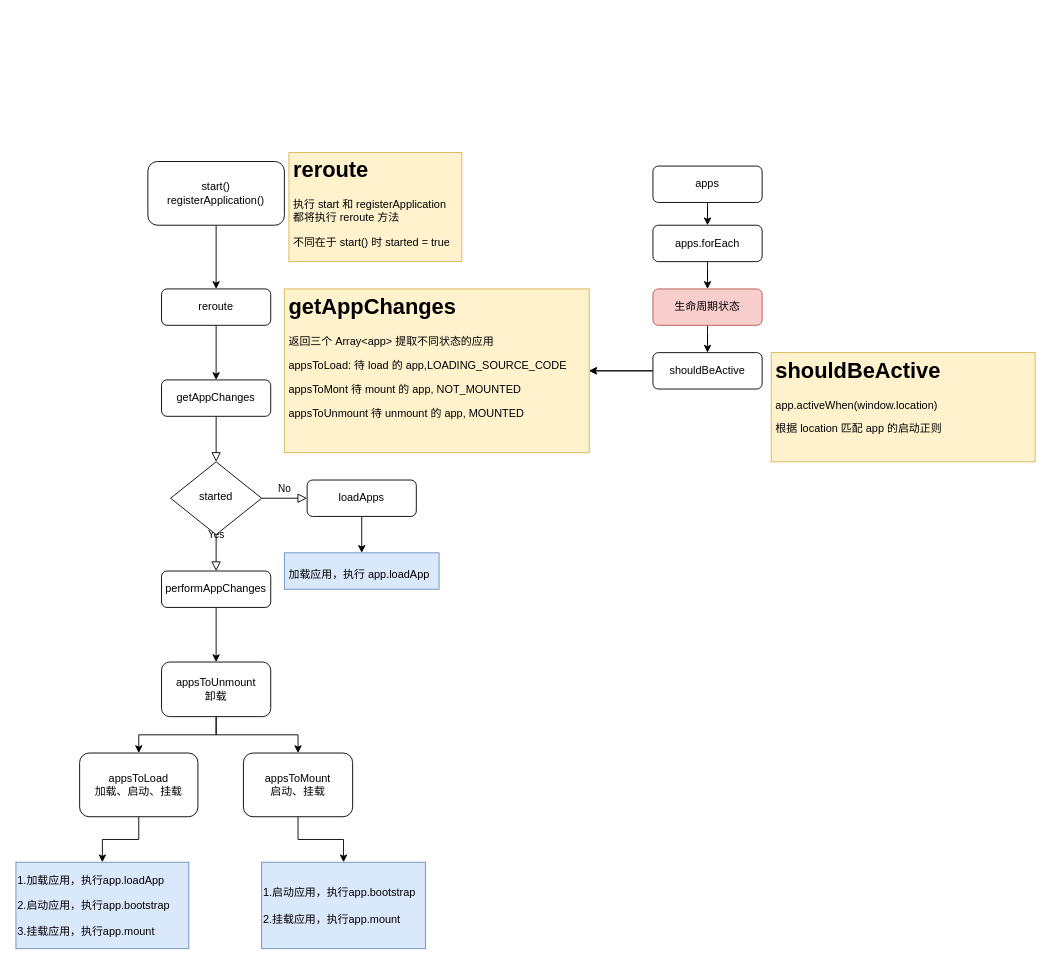
Before: rerouter.drawio in sfyr111/draw, a draw.io diagram. Source tidied: cells renumbered, new cells numbered last; positions are measured from the earlier drawing's top-left corner, leaving out a move shared by most shapes. Both pictures are drawn from the tidied source at 91%, with x=0, y=0 at pixel (15, 152).
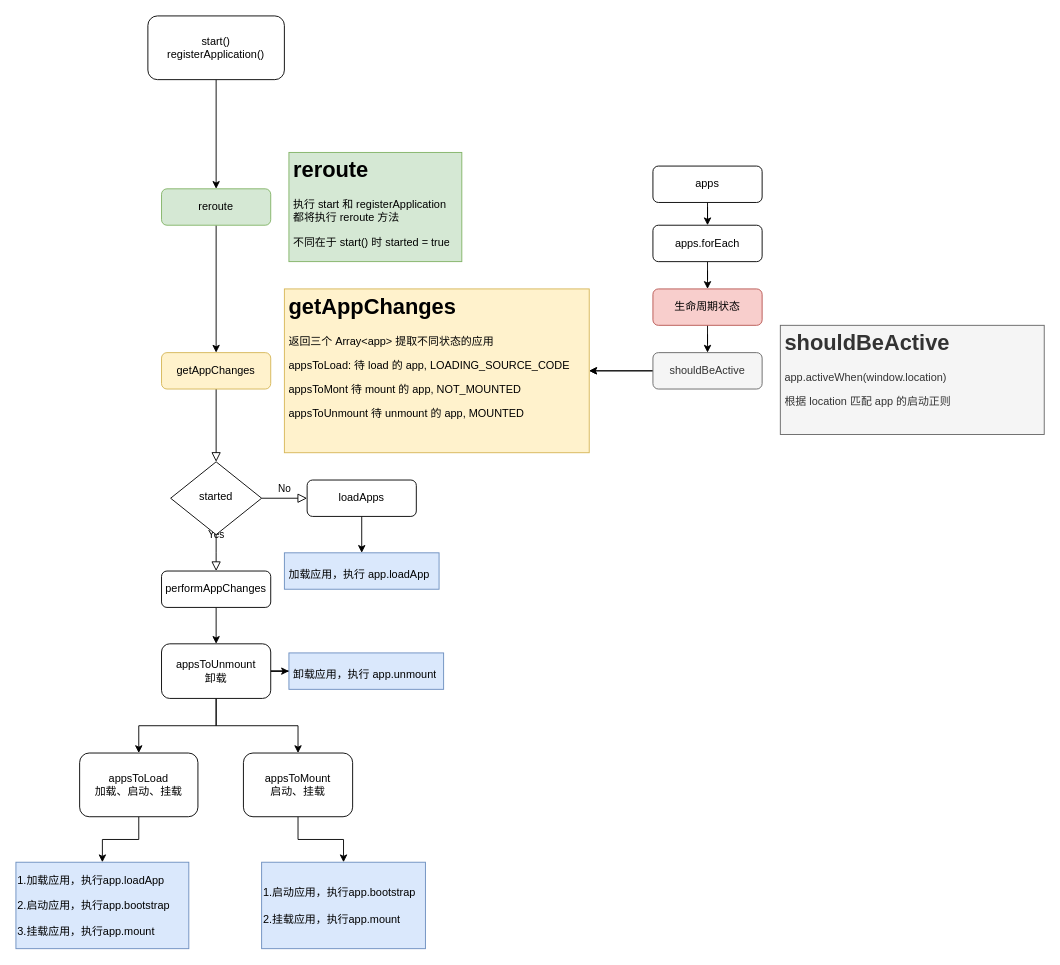
The same diagram, later.

Diff of the diagram source:
```diff
@@
-    <mxCell id="3" value="getAppChanges" style="rounded=1;whiteSpace=wrap;html=1;fontSize=12;glass=0;strokeWidth=1;shadow=0;" parent="1" vertex="1">
-      <mxGeometry x="160" y="250" width="120" height="40" as="geometry" />
+    <mxCell id="3" value="getAppChanges" style="rounded=1;whiteSpace=wrap;html=1;fontSize=12;glass=0;strokeWidth=1;shadow=0;fillColor=#fff2cc;strokeColor=#d6b656;" parent="1" vertex="1">
+      <mxGeometry x="160" y="220" width="120" height="40" as="geometry" />
     </mxCell>
@@
-    <mxCell id="12" value="reroute" style="rounded=1;whiteSpace=wrap;html=1;fontSize=12;glass=0;strokeWidth=1;shadow=0;" parent="1" vertex="1">
-      <mxGeometry x="160" y="150" width="120" height="40" as="geometry" />
+    <mxCell id="12" value="reroute" style="rounded=1;whiteSpace=wrap;html=1;fontSize=12;glass=0;strokeWidth=1;shadow=0;fillColor=#d5e8d4;strokeColor=#82b366;" parent="1" vertex="1">
+      <mxGeometry x="160" y="40" width="120" height="40" as="geometry" />
     </mxCell>
@@
     <mxCell id="14" value="start()&lt;br&gt;registerApplication()" style="rounded=1;whiteSpace=wrap;html=1;fontSize=12;glass=0;strokeWidth=1;shadow=0;" parent="1" vertex="1">
-      <mxGeometry x="145" y="10" width="150" height="70" as="geometry" />
+      <mxGeometry x="145" y="-150" width="150" height="70" as="geometry" />
     </mxCell>
-    <mxCell id="15" value="&lt;h1&gt;reroute&lt;/h1&gt;&lt;p&gt;执行 start 和 registerApplication&lt;br&gt;都将执行 reroute 方法&lt;/p&gt;&lt;p&gt;不同在于 start() 时 started = true&lt;/p&gt;" style="text;html=1;strokeColor=#d6b656;fillColor=#fff2cc;spacing=5;spacingTop=-20;whiteSpace=wrap;overflow=hidden;rounded=0;" parent="1" vertex="1">
+    <mxCell id="15" value="&lt;h1&gt;reroute&lt;/h1&gt;&lt;p&gt;执行 start 和 registerApplication&lt;br&gt;都将执行 reroute 方法&lt;/p&gt;&lt;p&gt;不同在于 start() 时 started = true&lt;/p&gt;" style="text;html=1;strokeColor=#82b366;fillColor=#d5e8d4;spacing=5;spacingTop=-20;whiteSpace=wrap;overflow=hidden;rounded=0;" parent="1" vertex="1">
       <mxGeometry x="300" width="190" height="120" as="geometry" />
     </mxCell>
-    <mxCell id="16" value="&lt;h1&gt;getAppChanges&lt;/h1&gt;&lt;p&gt;返回三个 Array&amp;lt;app&amp;gt; 提取不同状态的应用&lt;/p&gt;&lt;p&gt;appsToLoad: 待 load 的 app,LOADING_SOURCE_CODE&lt;/p&gt;&lt;p&gt;&lt;span&gt;appsToMont 待 mount 的 app, NOT_MOUNTED&lt;/span&gt;&lt;/p&gt;&lt;p&gt;&lt;span&gt;appsToUnmount 待 unmount 的 app, MOUNTED&lt;/span&gt;&lt;/p&gt;&lt;p&gt;&lt;br&gt;&lt;/p&gt;" style="text;html=1;strokeColor=#d6b656;fillColor=#fff2cc;spacing=5;spacingTop=-20;whiteSpace=wrap;overflow=hidden;rounded=0;" parent="1" vertex="1">
+    <mxCell id="16" value="&lt;h1&gt;getAppChanges&lt;/h1&gt;&lt;p&gt;返回三个 Array&amp;lt;app&amp;gt; 提取不同状态的应用&lt;/p&gt;&lt;p&gt;appsToLoad: 待 load 的 app, LOADING_SOURCE_CODE&lt;/p&gt;&lt;p&gt;&lt;span&gt;appsToMont 待 mount 的 app, NOT_MOUNTED&lt;/span&gt;&lt;/p&gt;&lt;p&gt;&lt;span&gt;appsToUnmount 待 unmount 的 app, MOUNTED&lt;/span&gt;&lt;/p&gt;&lt;p&gt;&lt;br&gt;&lt;/p&gt;" style="text;html=1;strokeColor=#d6b656;fillColor=#fff2cc;spacing=5;spacingTop=-20;whiteSpace=wrap;overflow=hidden;rounded=0;" parent="1" vertex="1">
       <mxGeometry x="295" y="150" width="335" height="180" as="geometry" />
     </mxCell>
@@
-    <mxCell id="19" value="shouldBeActive" style="rounded=1;whiteSpace=wrap;html=1;fontSize=12;glass=0;strokeWidth=1;shadow=0;" parent="1" vertex="1">
+    <mxCell id="19" value="shouldBeActive" style="rounded=1;whiteSpace=wrap;html=1;fontSize=12;glass=0;strokeWidth=1;shadow=0;fillColor=#f5f5f5;strokeColor=#666666;fontColor=#333333;" parent="1" vertex="1">
       <mxGeometry x="700" y="220" width="120" height="40" as="geometry" />
     </mxCell>
@@
-    <mxCell id="24" value="&lt;h1&gt;shouldBeActive&lt;/h1&gt;&lt;p&gt;app.activeWhen(window.location)&lt;/p&gt;&lt;p&gt;根据 location 匹配 app 的启动正则&lt;/p&gt;" style="text;html=1;strokeColor=#d6b656;fillColor=#fff2cc;spacing=5;spacingTop=-20;whiteSpace=wrap;overflow=hidden;rounded=0;" parent="1" vertex="1">
-      <mxGeometry x="830" y="220" width="290" height="120" as="geometry" />
+    <mxCell id="24" value="&lt;h1&gt;shouldBeActive&lt;/h1&gt;&lt;p&gt;app.activeWhen(window.location)&lt;/p&gt;&lt;p&gt;根据 location 匹配 app 的启动正则&lt;/p&gt;" style="text;html=1;strokeColor=#666666;fillColor=#f5f5f5;spacing=5;spacingTop=-20;whiteSpace=wrap;overflow=hidden;rounded=0;fontColor=#333333;" parent="1" vertex="1">
+      <mxGeometry x="840" y="190" width="290" height="120" as="geometry" />
     </mxCell>
@@
+    <mxCell id="37" style="edgeStyle=orthogonalEdgeStyle;rounded=0;jettySize=auto;html=1;entryX=0;entryY=0.5;entryDx=0;entryDy=0;" parent="1" edge="1" source="30" target="38">
+      <mxGeometry relative="1" as="geometry" />
+    </mxCell>
     <mxCell id="30" value="appsToUnmount&lt;br&gt;卸载" style="rounded=1;whiteSpace=wrap;html=1;fontSize=12;glass=0;strokeWidth=1;shadow=0;" parent="1" vertex="1">
-      <mxGeometry x="160" y="560" width="120" height="60" as="geometry" />
+      <mxGeometry x="160" y="540" width="120" height="60" as="geometry" />
     </mxCell>
@@
+    <mxCell id="38" value="&lt;h1&gt;&lt;span style=&quot;font-size: 12px ; font-weight: normal&quot;&gt;卸载应用，执行 app.unmount&lt;br&gt;&lt;/span&gt;&lt;/h1&gt;" style="text;html=1;strokeColor=#6c8ebf;fillColor=#dae8fc;spacing=5;spacingTop=-20;whiteSpace=wrap;overflow=hidden;rounded=0;" parent="1" vertex="1">
+      <mxGeometry x="300" y="550" width="170" height="40" as="geometry" />
+    </mxCell>
```
